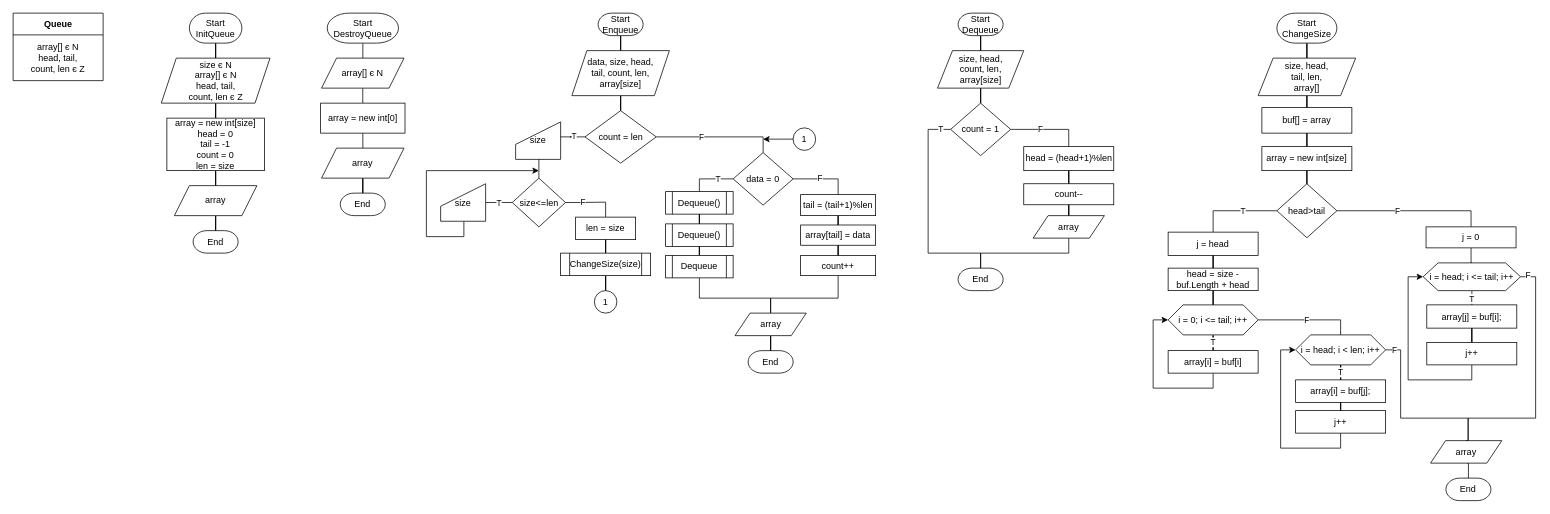
Above: lab6/lab6.drawio in anebesna/dsa-labs (draw.io), before the change. Source tidied: cells renumbered, new cells numbered last; positions are measured from the earlier drawing's top-left corner, leaving out a move shared by most shapes. Both pictures are drawn from the tidied source at 75%, with x=0, y=0 at pixel (13, 13).
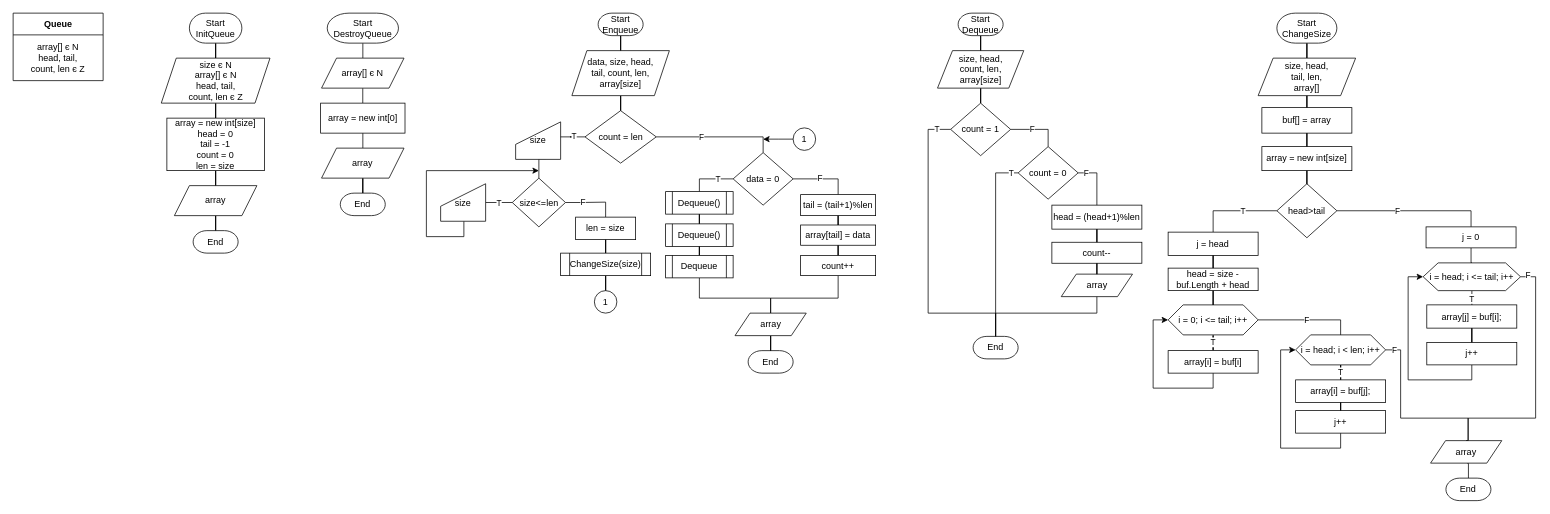
Above is the later version.

The change refers to these unchanged cells:
```xml
<mxCell id="61" value="count = 1" style="rhombus;whiteSpace=wrap;html=1;" parent="1" vertex="1">
  <mxGeometry x="1250" y="120" width="80" height="70" as="geometry" />
</mxCell>
```

Diff of the diagram source:
```diff
@@
     <mxCell id="59" value="T" style="edgeStyle=orthogonalEdgeStyle;rounded=0;jettySize=auto;html=1;entryX=0.5;entryY=0;entryDx=0;entryDy=0;endArrow=none;endFill=0;exitX=0;exitY=0.5;exitDx=0;exitDy=0;entryPerimeter=0;" parent="1" edge="1" source="61" target="66">
       <mxGeometry x="-0.91" relative="1" as="geometry">
         <Array as="points">
           <mxPoint x="1220" y="155" />
-          <mxPoint x="1220" y="320" />
-          <mxPoint x="1290" y="320" />
+          <mxPoint x="1220" y="400" />
+          <mxPoint x="1310" y="400" />
         </Array>
       </mxGeometry>
     </mxCell>
-    <mxCell id="60" value="F" style="edgeStyle=orthogonalEdgeStyle;rounded=0;jettySize=auto;html=1;entryX=0.5;entryY=0;entryDx=0;entryDy=0;endArrow=none;endFill=0;" parent="1" edge="1" source="61" target="68">
+    <mxCell id="60" value="F" style="edgeStyle=orthogonalEdgeStyle;rounded=0;jettySize=auto;html=1;entryX=0.5;entryY=0;entryDx=0;entryDy=0;endArrow=none;endFill=0;exitX=1;exitY=0.5;exitDx=0;exitDy=0;" parent="1" edge="1" source="61" target="116">
       <mxGeometry x="-0.2" relative="1" as="geometry" />
     </mxCell>
@@
     <mxCell id="66" value="&lt;font style=&quot;font-size: 12px&quot;&gt;End&lt;/font&gt;" style="strokeWidth=1;html=1;shape=mxgraph.flowchart.terminator;whiteSpace=wrap;fontSize=12;" parent="1" vertex="1">
-      <mxGeometry x="1260" y="340" width="60" height="30" as="geometry" />
+      <mxGeometry x="1280" y="431" width="60" height="30" as="geometry" />
     </mxCell>
@@
     <mxCell id="68" value="head = (head+1)%len" style="rounded=0;whiteSpace=wrap;html=1;" parent="1" vertex="1">
-      <mxGeometry x="1347.5" y="178" width="120" height="32" as="geometry" />
+      <mxGeometry x="1385" y="256" width="120" height="32" as="geometry" />
     </mxCell>
-    <mxCell id="69" style="edgeStyle=orthogonalEdgeStyle;rounded=0;jettySize=auto;html=1;endArrow=none;endFill=0;exitX=0.5;exitY=1;exitDx=0;exitDy=0;entryX=0.5;entryY=0;entryDx=0;entryDy=0;entryPerimeter=0;" parent="1" edge="1" source="72" target="66">
+    <mxCell id="69" style="edgeStyle=orthogonalEdgeStyle;rounded=0;jettySize=auto;html=1;endArrow=none;endFill=0;exitX=0.5;exitY=1;exitDx=0;exitDy=0;entryX=0.5;entryY=0;entryDx=0;entryDy=0;entryPerimeter=0;" parent="1" edge="1" target="66">
       <mxGeometry relative="1" as="geometry">
+        <mxPoint x="1445" y="350" as="sourcePoint" />
         <Array as="points">
-          <mxPoint x="1408" y="320" />
-          <mxPoint x="1290" y="320" />
+          <mxPoint x="1445" y="400" />
+          <mxPoint x="1310" y="400" />
         </Array>
       </mxGeometry>
     </mxCell>
@@
     <mxCell id="71" value="count--" style="rounded=0;whiteSpace=wrap;html=1;" parent="1" vertex="1">
-      <mxGeometry x="1347.5" y="227.5" width="120" height="28" as="geometry" />
+      <mxGeometry x="1385" y="305.5" width="120" height="28" as="geometry" />
     </mxCell>
     <mxCell id="72" value="array" style="shape=parallelogram;perimeter=parallelogramPerimeter;whiteSpace=wrap;html=1;fixedSize=1;" parent="1" vertex="1">
-      <mxGeometry x="1360" y="270" width="95" height="30" as="geometry" />
+      <mxGeometry x="1397.5" y="348" width="95" height="30" as="geometry" />
     </mxCell>
@@
+    <mxCell id="114" value="T" style="edgeStyle=orthogonalEdgeStyle;rounded=0;jettySize=auto;html=1;endArrow=none;endFill=0;entryX=0.5;entryY=0;entryDx=0;entryDy=0;entryPerimeter=0;" parent="1" edge="1" source="116" target="66">
+      <mxGeometry x="-0.93" relative="1" as="geometry">
+        <Array as="points">
+          <mxPoint x="1310" y="213" />
+        </Array>
+      </mxGeometry>
+    </mxCell>
+    <mxCell id="115" value="F" style="edgeStyle=orthogonalEdgeStyle;rounded=0;jettySize=auto;html=1;entryX=0.5;entryY=0;entryDx=0;entryDy=0;endArrow=none;endFill=0;exitX=1;exitY=0.5;exitDx=0;exitDy=0;" parent="1" edge="1" source="116" target="68">
+      <mxGeometry x="-0.68" relative="1" as="geometry" />
+    </mxCell>
+    <mxCell id="116" value="count = 0" style="rhombus;whiteSpace=wrap;html=1;" parent="1" vertex="1">
+      <mxGeometry x="1340" y="178" width="80" height="70" as="geometry" />
+    </mxCell>
```
